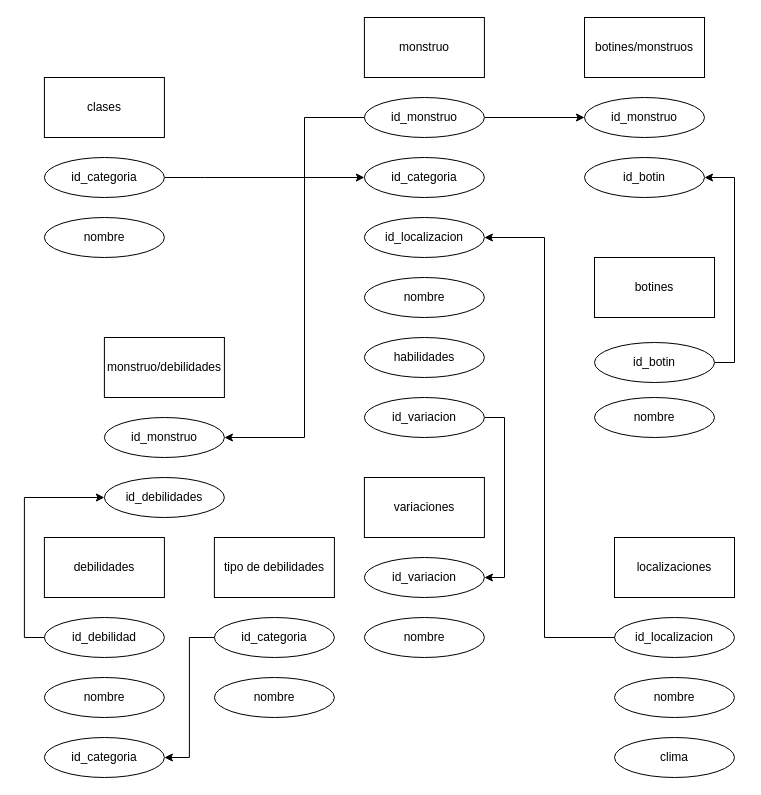
Above: DiagramaBestiario.drawio in Fede-Diiorio/TheWitcherScript (draw.io), before the change. Source tidied: cells renumbered, new cells numbered last; positions are measured from the earlier drawing's top-left corner, leaving out a move shared by most shapes. Both pictures are drawn from the tidied source at 100%, with x=0, y=0 at pixel (44, 17).
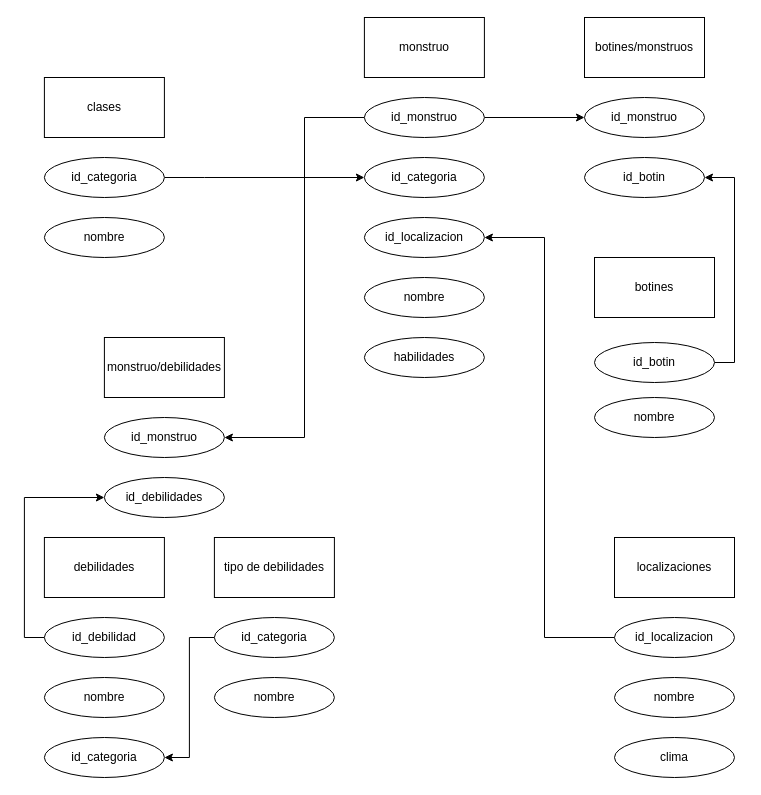
The same diagram, later.

Commit message (it also covers changes not shown here):
Se modificó el diagrama de entidad-realción y se crearon las primeras tablas

What changed in the source:
```diff
@@
-    <mxCell id="11" style="edgeStyle=orthogonalEdgeStyle;rounded=0;jettySize=auto;html=1;exitX=1;exitY=0.5;exitDx=0;exitDy=0;entryX=1;entryY=0.5;entryDx=0;entryDy=0;" parent="1" edge="1" source="12" target="37">
-      <mxGeometry relative="1" as="geometry">
-        <Array as="points">
-          <mxPoint x="460" y="400" />
-          <mxPoint x="460" y="560" />
-        </Array>
-      </mxGeometry>
-    </mxCell>
-    <mxCell id="12" value="id_variacion" style="ellipse;whiteSpace=wrap;html=1;" parent="1" vertex="1">
-      <mxGeometry x="319.9" y="380" width="120" height="40" as="geometry" />
-    </mxCell>
@@
-    <mxCell id="36" value="variaciones" style="rounded=0;whiteSpace=wrap;html=1;" parent="1" vertex="1">
-      <mxGeometry x="319.9" y="460" width="120" height="60" as="geometry" />
-    </mxCell>
-    <mxCell id="37" value="id_variacion" style="ellipse;whiteSpace=wrap;html=1;" parent="1" vertex="1">
-      <mxGeometry x="319.9" y="540" width="120" height="40" as="geometry" />
-    </mxCell>
-    <mxCell id="38" value="nombre" style="ellipse;whiteSpace=wrap;html=1;" parent="1" vertex="1">
-      <mxGeometry x="319.9" y="600" width="120" height="40" as="geometry" />
-    </mxCell>
```
